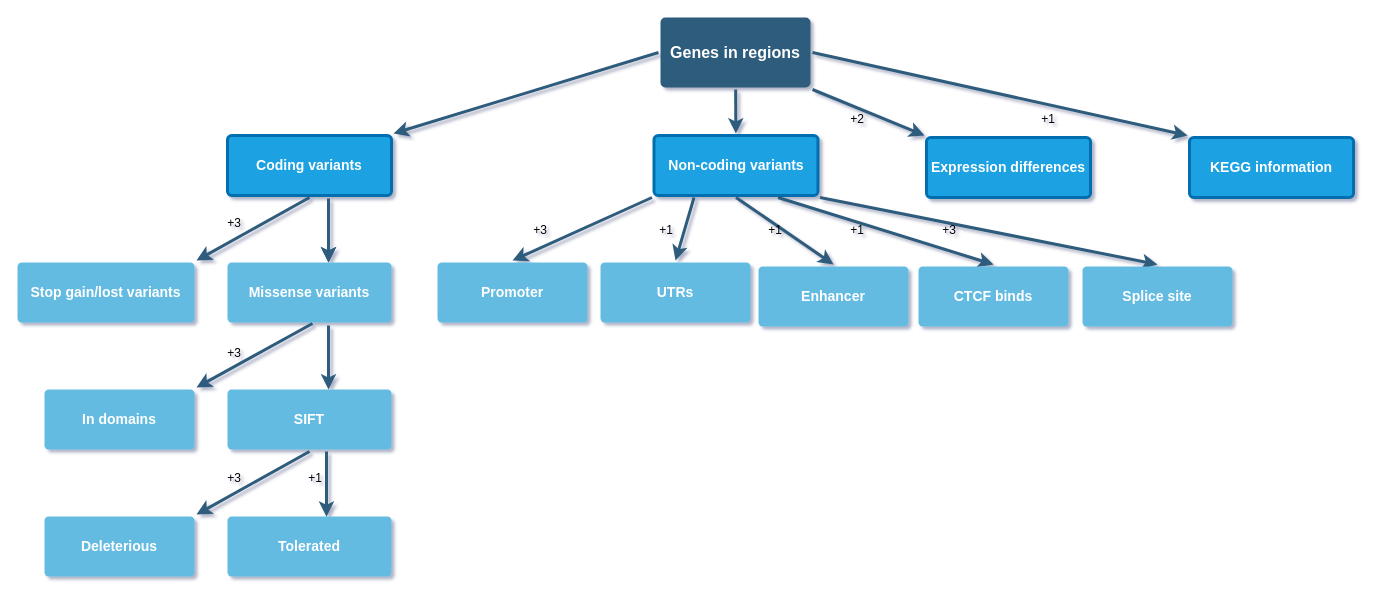
Above: CandidateGenes/Untitled Diagram.drawio in ManuelDelpero/AIL_BFMIS1xBFMIS2 (draw.io), before the change. Source tidied: cells renumbered, new cells numbered last; positions are measured from the earlier drawing's top-left corner, leaving out a move shared by most shapes. Both pictures are drawn from the tidied source at 100%, with x=0, y=0 at pixel (17, 17).
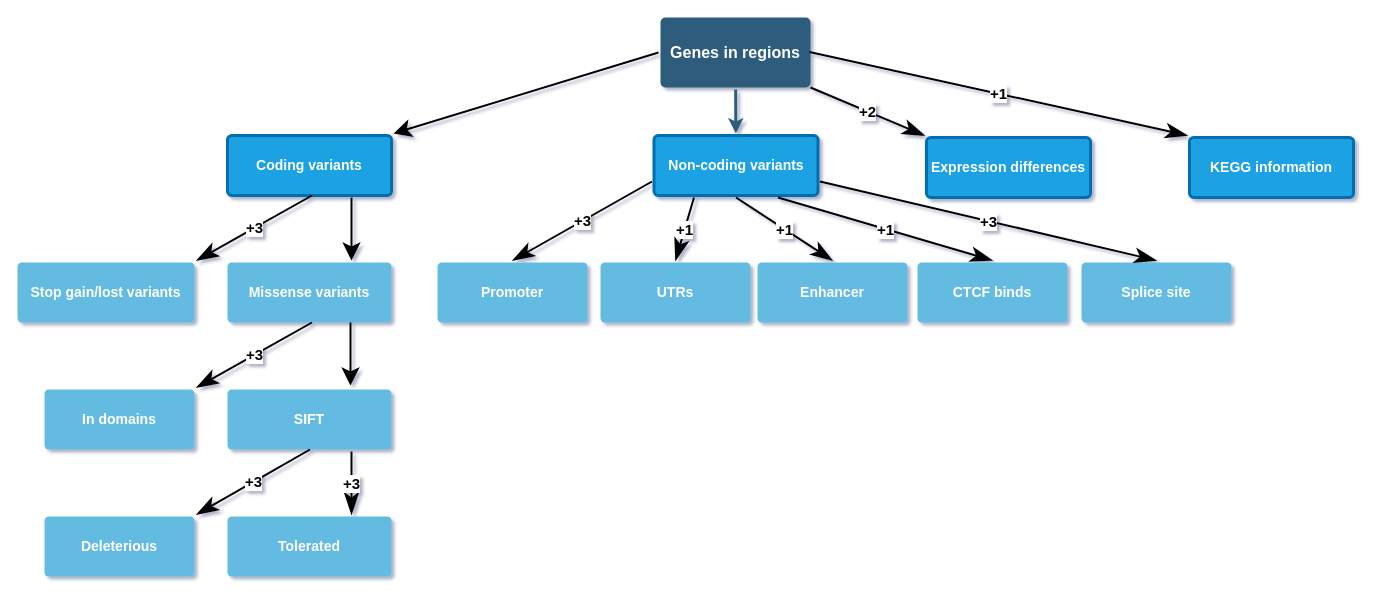
Above is the later version.

The change refers to these unchanged cells:
```xml
<mxCell id="4" value="Genes in regions" style="rounded=1;whiteSpace=wrap;html=1;shadow=0;labelBackgroundColor=none;strokeColor=none;strokeWidth=3;fillColor=#2F5B7C;fontFamily=Helvetica;fontSize=16;fontColor=#FFFFFF;align=center;fontStyle=1;spacing=5;arcSize=7;perimeterSpacing=2;" parent="1" vertex="1">
  <mxGeometry x="643" width="150" height="70" as="geometry" />
</mxCell>
<mxCell id="5" value="Coding variants" style="rounded=1;whiteSpace=wrap;html=1;shadow=0;labelBackgroundColor=none;strokeColor=#006EAF;strokeWidth=3;fillColor=#1ba1e2;fontFamily=Helvetica;fontSize=14;align=center;spacing=5;fontStyle=1;arcSize=7;perimeterSpacing=2;fontColor=#ffffff;" parent="1" vertex="1">
  <mxGeometry x="210" y="118" width="164" height="60" as="geometry" />
</mxCell>
<mxCell id="6" value="&lt;b&gt;In domains&lt;/b&gt;" style="rounded=1;whiteSpace=wrap;html=1;shadow=0;labelBackgroundColor=none;strokeColor=none;strokeWidth=3;fillColor=#64bbe2;fontFamily=Helvetica;fontSize=14;fontColor=#FFFFFF;align=center;spacing=5;arcSize=7;perimeterSpacing=2;" parent="1" vertex="1">
  <mxGeometry x="27" y="372" width="150" height="60" as="geometry" />
</mxCell>
<mxCell id="7" value="Non-coding variants" style="rounded=1;whiteSpace=wrap;html=1;shadow=0;labelBackgroundColor=none;strokeColor=#006EAF;strokeWidth=3;fillColor=#1ba1e2;fontFamily=Helvetica;fontSize=14;fontColor=#ffffff;align=center;spacing=5;fontStyle=1;arcSize=7;perimeterSpacing=2;" parent="1" vertex="1">
  <mxGeometry x="636.5" y="118" width="164" height="60" as="geometry" />
</mxCell>
<mxCell id="9" value="&lt;b&gt;Expression differences&lt;/b&gt;" style="rounded=1;whiteSpace=wrap;html=1;shadow=0;labelBackgroundColor=none;strokeColor=#006EAF;strokeWidth=3;fillColor=#1ba1e2;fontFamily=Helvetica;fontSize=14;fontColor=#ffffff;align=center;spacing=5;arcSize=7;perimeterSpacing=2;" parent="1" vertex="1">
  <mxGeometry x="909" y="120" width="164" height="60" as="geometry" />
</mxCell>
<mxCell id="11" value="&lt;b&gt;Promoter&lt;/b&gt;" style="rounded=1;whiteSpace=wrap;html=1;shadow=0;labelBackgroundColor=none;strokeColor=none;strokeWidth=3;fillColor=#64bbe2;fontFamily=Helvetica;fontSize=14;fontColor=#FFFFFF;align=center;spacing=5;arcSize=7;perimeterSpacing=2;" parent="1" vertex="1">
  <mxGeometry x="420" y="245" width="150" height="60" as="geometry" />
</mxCell>
<mxCell id="12" value="&lt;b&gt;KEGG information&lt;/b&gt;" style="rounded=1;whiteSpace=wrap;html=1;shadow=0;labelBackgroundColor=none;strokeColor=#006EAF;strokeWidth=3;fillColor=#1ba1e2;fontFamily=Helvetica;fontSize=14;fontColor=#ffffff;align=center;spacing=5;arcSize=7;perimeterSpacing=2;" parent="1" vertex="1">
  <mxGeometry x="1172" y="120" width="164" height="60" as="geometry" />
</mxCell>
<mxCell id="13" value="&lt;b&gt;UTRs&lt;/b&gt;" style="rounded=1;whiteSpace=wrap;html=1;shadow=0;labelBackgroundColor=none;strokeColor=none;strokeWidth=3;fillColor=#64bbe2;fontFamily=Helvetica;fontSize=14;fontColor=#FFFFFF;align=center;spacing=5;arcSize=7;perimeterSpacing=2;" parent="1" vertex="1">
  <mxGeometry x="583" y="245" width="150" height="60" as="geometry" />
</mxCell>
<mxCell id="14" value="&lt;b&gt;SIFT&lt;/b&gt;" style="rounded=1;whiteSpace=wrap;html=1;shadow=0;labelBackgroundColor=none;strokeColor=none;strokeWidth=3;fillColor=#64bbe2;fontFamily=Helvetica;fontSize=14;fontColor=#FFFFFF;align=center;spacing=5;arcSize=7;perimeterSpacing=2;" parent="1" vertex="1">
  <mxGeometry x="210" y="372" width="164" height="60" as="geometry" />
</mxCell>
<mxCell id="24" value="&lt;b&gt;Deleterious&lt;/b&gt;" style="rounded=1;whiteSpace=wrap;html=1;shadow=0;labelBackgroundColor=none;strokeColor=none;strokeWidth=3;fillColor=#64bbe2;fontFamily=Helvetica;fontSize=14;fontColor=#FFFFFF;align=center;spacing=5;arcSize=7;perimeterSpacing=2;" parent="1" vertex="1">
  <mxGeometry x="27" y="499" width="150" height="60" as="geometry" />
</mxCell>
<mxCell id="25" value="&lt;b&gt;Tolerated&lt;/b&gt;" style="rounded=1;whiteSpace=wrap;html=1;shadow=0;labelBackgroundColor=none;strokeColor=none;strokeWidth=3;fillColor=#64bbe2;fontFamily=Helvetica;fontSize=14;fontColor=#FFFFFF;align=center;spacing=5;arcSize=7;perimeterSpacing=2;" parent="1" vertex="1">
  <mxGeometry x="210" y="499" width="164" height="60" as="geometry" />
</mxCell>
<mxCell id="40" value="&lt;b&gt;Stop gain/lost variants&lt;/b&gt;" style="rounded=1;whiteSpace=wrap;html=1;shadow=0;labelBackgroundColor=none;strokeColor=none;strokeWidth=3;fillColor=#64bbe2;fontFamily=Helvetica;fontSize=14;fontColor=#FFFFFF;align=center;spacing=5;arcSize=7;perimeterSpacing=2;" parent="1" vertex="1">
  <mxGeometry y="245" width="177" height="60" as="geometry" />
</mxCell>
<mxCell id="41" value="&lt;b&gt;Missense variants&lt;/b&gt;" style="rounded=1;whiteSpace=wrap;html=1;shadow=0;labelBackgroundColor=none;strokeColor=none;strokeWidth=3;fillColor=#64bbe2;fontFamily=Helvetica;fontSize=14;fontColor=#FFFFFF;align=center;spacing=5;arcSize=7;perimeterSpacing=2;" parent="1" vertex="1">
  <mxGeometry x="210" y="245" width="164" height="60" as="geometry" />
</mxCell>
```

Diff of the diagram source:
```diff
@@
-    <mxCell id="3" style="edgeStyle=none;rounded=0;jumpStyle=none;html=1;shadow=0;labelBackgroundColor=none;startArrow=none;startFill=0;endArrow=classic;endFill=1;jettySize=auto;strokeColor=#2F5B7C;strokeWidth=3;fontFamily=Helvetica;fontSize=16;fontColor=#23445D;spacing=5;entryX=1;entryY=0;entryDx=0;entryDy=0;exitX=0;exitY=0.5;exitDx=0;exitDy=0;" parent="1" edge="1" source="4" target="5">
-      <mxGeometry relative="1" as="geometry" />
-    </mxCell>
@@
-    <mxCell id="8" style="edgeStyle=none;rounded=0;jumpStyle=none;html=1;shadow=0;labelBackgroundColor=none;startArrow=none;startFill=0;endArrow=classic;endFill=1;jettySize=auto;strokeColor=#2F5B7C;strokeWidth=3;fontFamily=Helvetica;fontSize=16;fontColor=#23445D;spacing=5;entryX=0;entryY=0;entryDx=0;entryDy=0;exitX=1;exitY=0.5;exitDx=0;exitDy=0;" parent="1" edge="1" source="4" target="12">
-      <mxGeometry relative="1" as="geometry" />
-    </mxCell>
@@
-    <mxCell id="10" style="edgeStyle=none;rounded=0;jumpStyle=none;html=1;shadow=0;labelBackgroundColor=none;startArrow=none;startFill=0;endArrow=classic;endFill=1;jettySize=auto;strokeColor=#2F5B7C;strokeWidth=3;fontFamily=Helvetica;fontSize=16;fontColor=#23445D;spacing=5;exitX=0.25;exitY=1;exitDx=0;exitDy=0;entryX=0.5;entryY=0;entryDx=0;entryDy=0;" parent="1" edge="1" source="7" target="13">
-      <mxGeometry relative="1" as="geometry" />
-    </mxCell>
@@
-    <mxCell id="15" style="edgeStyle=none;rounded=0;jumpStyle=none;html=1;shadow=0;labelBackgroundColor=none;startArrow=none;startFill=0;endArrow=classic;endFill=1;jettySize=auto;strokeColor=#2F5B7C;strokeWidth=3;fontFamily=Helvetica;fontSize=16;fontColor=#23445D;spacing=5;exitX=0;exitY=1;exitDx=0;exitDy=0;entryX=0.5;entryY=0;entryDx=0;entryDy=0;" parent="1" edge="1" source="7" target="11">
-      <mxGeometry relative="1" as="geometry" />
-    </mxCell>
-    <mxCell id="16" style="edgeStyle=none;rounded=0;jumpStyle=none;html=1;shadow=0;labelBackgroundColor=none;startArrow=none;startFill=0;endArrow=classic;endFill=1;jettySize=auto;strokeColor=#2F5B7C;strokeWidth=3;fontFamily=Helvetica;fontSize=16;fontColor=#23445D;spacing=5;entryX=0;entryY=0;entryDx=0;entryDy=0;exitX=1;exitY=1;exitDx=0;exitDy=0;" parent="1" edge="1" source="4" target="9">
-      <mxGeometry relative="1" as="geometry" />
-    </mxCell>
-    <mxCell id="17" style="edgeStyle=none;rounded=0;jumpStyle=none;html=1;shadow=0;labelBackgroundColor=none;startArrow=none;startFill=0;endArrow=classic;endFill=1;jettySize=auto;strokeColor=#2F5B7C;strokeWidth=3;fontFamily=Helvetica;fontSize=16;fontColor=#23445D;spacing=5;exitX=0.5;exitY=1;exitDx=0;exitDy=0;entryX=0.5;entryY=0;entryDx=0;entryDy=0;" parent="1" edge="1" source="7" target="18">
-      <mxGeometry relative="1" as="geometry" />
-    </mxCell>
     <mxCell id="18" value="&lt;b&gt;Enhancer&lt;/b&gt;" style="rounded=1;whiteSpace=wrap;html=1;shadow=0;labelBackgroundColor=none;strokeColor=none;strokeWidth=3;fillColor=#64bbe2;fontFamily=Helvetica;fontSize=14;fontColor=#FFFFFF;align=center;spacing=5;arcSize=7;perimeterSpacing=2;" parent="1" vertex="1">
-      <mxGeometry x="741" y="249" width="150" height="60" as="geometry" />
+      <mxGeometry x="740" y="245" width="150" height="60" as="geometry" />
     </mxCell>
-    <mxCell id="19" style="edgeStyle=none;rounded=0;jumpStyle=none;html=1;shadow=0;labelBackgroundColor=none;startArrow=none;startFill=0;endArrow=classic;endFill=1;jettySize=auto;strokeColor=#2F5B7C;strokeWidth=3;fontFamily=Helvetica;fontSize=16;fontColor=#23445D;spacing=5;exitX=0.75;exitY=1;exitDx=0;exitDy=0;entryX=0.5;entryY=0;entryDx=0;entryDy=0;" parent="1" edge="1" source="7" target="20">
-      <mxGeometry relative="1" as="geometry" />
-    </mxCell>
     <mxCell id="20" value="&lt;b&gt;CTCF binds&lt;/b&gt;" style="rounded=1;whiteSpace=wrap;html=1;shadow=0;labelBackgroundColor=none;strokeColor=none;strokeWidth=3;fillColor=#64bbe2;fontFamily=Helvetica;fontSize=14;fontColor=#FFFFFF;align=center;spacing=5;arcSize=7;perimeterSpacing=2;" parent="1" vertex="1">
-      <mxGeometry x="901" y="249" width="150" height="60" as="geometry" />
+      <mxGeometry x="900" y="245" width="150" height="60" as="geometry" />
     </mxCell>
-    <mxCell id="21" value="+3" style="text;html=1;strokeColor=none;fillColor=none;align=center;verticalAlign=middle;whiteSpace=wrap;rounded=0;" parent="1" vertex="1">
-      <mxGeometry x="197" y="184" width="40" height="44" as="geometry" />
-    </mxCell>
-    <mxCell id="22" style="edgeStyle=none;rounded=0;jumpStyle=none;html=1;shadow=0;labelBackgroundColor=none;startArrow=none;startFill=0;endArrow=classic;endFill=1;jettySize=auto;strokeColor=#2F5B7C;strokeWidth=3;fontFamily=Helvetica;fontSize=16;fontColor=#23445D;spacing=5;exitX=0.5;exitY=1;exitDx=0;exitDy=0;entryX=1;entryY=0;entryDx=0;entryDy=0;" parent="1" edge="1" source="5" target="40">
-      <mxGeometry relative="1" as="geometry" />
-    </mxCell>
-    <mxCell id="23" style="edgeStyle=none;rounded=0;jumpStyle=none;html=1;shadow=0;labelBackgroundColor=none;startArrow=none;startFill=0;endArrow=classic;endFill=1;jettySize=auto;orthogonalLoop=1;strokeColor=#2F5B7C;strokeWidth=3;fontFamily=Helvetica;fontSize=16;fontColor=#23445D;spacing=5;exitX=0.013;exitY=0.973;exitDx=0;exitDy=0;exitPerimeter=0;" parent="1" edge="1">
-      <mxGeometry relative="1" as="geometry">
-        <mxPoint x="311" y="198" as="sourcePoint" />
-        <mxPoint x="311" y="245" as="targetPoint" />
-      </mxGeometry>
-    </mxCell>
@@
-    <mxCell id="26" value="+3" style="text;html=1;strokeColor=none;fillColor=none;align=center;verticalAlign=middle;whiteSpace=wrap;rounded=0;" parent="1" vertex="1">
-      <mxGeometry x="197" y="451" width="40" height="20" as="geometry" />
-    </mxCell>
-    <mxCell id="27" style="edgeStyle=none;rounded=0;jumpStyle=none;html=1;shadow=0;labelBackgroundColor=none;startArrow=none;startFill=0;endArrow=classic;endFill=1;jettySize=auto;strokeColor=#2F5B7C;strokeWidth=3;fontFamily=Helvetica;fontSize=16;fontColor=#23445D;spacing=5;exitX=0.5;exitY=1;exitDx=0;exitDy=0;" parent="1" edge="1" source="14">
-      <mxGeometry relative="1" as="geometry">
-        <mxPoint x="179" y="497" as="targetPoint" />
-      </mxGeometry>
-    </mxCell>
-    <mxCell id="28" style="edgeStyle=none;rounded=0;jumpStyle=none;html=1;shadow=0;labelBackgroundColor=none;startArrow=none;startFill=0;endArrow=classic;endFill=1;jettySize=auto;strokeColor=#2F5B7C;strokeWidth=3;fontFamily=Helvetica;fontSize=16;fontColor=#23445D;spacing=5;entryX=0.601;entryY=0.034;entryDx=0;entryDy=0;entryPerimeter=0;" parent="1" edge="1" target="25">
-      <mxGeometry relative="1" as="geometry">
-        <mxPoint x="309" y="434" as="sourcePoint" />
-      </mxGeometry>
-    </mxCell>
-    <mxCell id="29" value="+1" style="text;html=1;strokeColor=none;fillColor=none;align=center;verticalAlign=middle;whiteSpace=wrap;rounded=0;" parent="1" vertex="1">
-      <mxGeometry x="278" y="451" width="40" height="20" as="geometry" />
-    </mxCell>
-    <mxCell id="30" value="+2" style="text;html=1;strokeColor=none;fillColor=none;align=center;verticalAlign=middle;whiteSpace=wrap;rounded=0;" parent="1" vertex="1">
-      <mxGeometry x="820" y="80" width="40" height="44" as="geometry" />
-    </mxCell>
-    <mxCell id="31" value="+1" style="text;html=1;strokeColor=none;fillColor=none;align=center;verticalAlign=middle;whiteSpace=wrap;rounded=0;" parent="1" vertex="1">
-      <mxGeometry x="1011" y="80" width="40" height="44" as="geometry" />
-    </mxCell>
-    <mxCell id="32" value="+3" style="text;html=1;strokeColor=none;fillColor=none;align=center;verticalAlign=middle;whiteSpace=wrap;rounded=0;" parent="1" vertex="1">
-      <mxGeometry x="503" y="191" width="40" height="44" as="geometry" />
-    </mxCell>
-    <mxCell id="33" value="+1" style="text;html=1;strokeColor=none;fillColor=none;align=center;verticalAlign=middle;whiteSpace=wrap;rounded=0;" parent="1" vertex="1">
-      <mxGeometry x="629" y="191" width="40" height="44" as="geometry" />
-    </mxCell>
-    <mxCell id="34" value="+1" style="text;html=1;strokeColor=none;fillColor=none;align=center;verticalAlign=middle;whiteSpace=wrap;rounded=0;" parent="1" vertex="1">
-      <mxGeometry x="738" y="191" width="40" height="44" as="geometry" />
-    </mxCell>
-    <mxCell id="35" value="+1" style="text;html=1;strokeColor=none;fillColor=none;align=center;verticalAlign=middle;whiteSpace=wrap;rounded=0;" parent="1" vertex="1">
-      <mxGeometry x="820" y="191" width="40" height="44" as="geometry" />
-    </mxCell>
-    <mxCell id="36" style="edgeStyle=none;rounded=0;jumpStyle=none;html=1;shadow=0;labelBackgroundColor=none;startArrow=none;startFill=0;endArrow=classic;endFill=1;jettySize=auto;orthogonalLoop=1;strokeColor=#2F5B7C;strokeWidth=3;fontFamily=Helvetica;fontSize=16;fontColor=#23445D;spacing=5;" parent="1" edge="1">
-      <mxGeometry relative="1" as="geometry">
-        <mxPoint x="311" y="181" as="sourcePoint" />
-        <mxPoint x="311" y="245" as="targetPoint" />
-      </mxGeometry>
-    </mxCell>
-    <mxCell id="37" style="edgeStyle=none;rounded=0;jumpStyle=none;html=1;shadow=0;labelBackgroundColor=none;startArrow=none;startFill=0;endArrow=classic;endFill=1;jettySize=auto;strokeColor=#2F5B7C;strokeWidth=3;fontFamily=Helvetica;fontSize=16;fontColor=#23445D;spacing=5;exitX=1;exitY=1;exitDx=0;exitDy=0;entryX=0.5;entryY=0;entryDx=0;entryDy=0;" parent="1" edge="1" source="7" target="38">
-      <mxGeometry relative="1" as="geometry" />
-    </mxCell>
     <mxCell id="38" value="&lt;span style=&quot;text-align: left&quot;&gt;&lt;b&gt;&lt;font style=&quot;font-size: 14px&quot;&gt;Splice site&lt;/font&gt;&lt;/b&gt;&lt;/span&gt;" style="rounded=1;whiteSpace=wrap;html=1;shadow=0;labelBackgroundColor=none;strokeColor=none;strokeWidth=3;fillColor=#64bbe2;fontFamily=Helvetica;fontSize=14;fontColor=#FFFFFF;align=center;spacing=5;arcSize=7;perimeterSpacing=2;" parent="1" vertex="1">
-      <mxGeometry x="1065" y="249" width="150" height="60" as="geometry" />
+      <mxGeometry x="1064" y="245" width="150" height="60" as="geometry" />
     </mxCell>
-    <mxCell id="39" value="+3" style="text;html=1;strokeColor=none;fillColor=none;align=center;verticalAlign=middle;whiteSpace=wrap;rounded=0;" parent="1" vertex="1">
-      <mxGeometry x="912" y="191" width="40" height="44" as="geometry" />
-    </mxCell>
@@
-    <mxCell id="42" style="edgeStyle=none;rounded=0;jumpStyle=none;html=1;shadow=0;labelBackgroundColor=none;startArrow=none;startFill=0;endArrow=classic;endFill=1;jettySize=auto;orthogonalLoop=1;strokeColor=#2F5B7C;strokeWidth=3;fontFamily=Helvetica;fontSize=16;fontColor=#23445D;spacing=5;" parent="1" edge="1">
-      <mxGeometry relative="1" as="geometry">
-        <mxPoint x="311" y="308" as="sourcePoint" />
-        <mxPoint x="311" y="372" as="targetPoint" />
-      </mxGeometry>
-    </mxCell>
-    <mxCell id="43" style="edgeStyle=none;rounded=0;jumpStyle=none;html=1;shadow=0;labelBackgroundColor=none;startArrow=none;startFill=0;endArrow=classic;endFill=1;jettySize=auto;strokeColor=#2F5B7C;strokeWidth=3;fontFamily=Helvetica;fontSize=16;fontColor=#23445D;spacing=5;entryX=1;entryY=0;entryDx=0;entryDy=0;" parent="1" edge="1" target="6">
-      <mxGeometry relative="1" as="geometry">
-        <mxPoint x="295" y="306" as="sourcePoint" />
-      </mxGeometry>
-    </mxCell>
-    <mxCell id="44" value="+3" style="text;html=1;strokeColor=none;fillColor=none;align=center;verticalAlign=middle;whiteSpace=wrap;rounded=0;" parent="1" vertex="1">
-      <mxGeometry x="197" y="314" width="40" height="44" as="geometry" />
-    </mxCell>
+    <mxCell id="45" value="&lt;b&gt;&lt;font style=&quot;font-size: 15px&quot;&gt;+1&lt;/font&gt;&lt;/b&gt;" style="endArrow=classicThin;endSize=16;endFill=1;html=1;entryX=0;entryY=0;entryDx=0;entryDy=0;curved=1;strokeWidth=2;" parent="1" edge="1" target="12">
+      <mxGeometry relative="1" as="geometry">
+        <mxPoint x="792" y="34.4" as="sourcePoint" />
+      </mxGeometry>
+    </mxCell>
+    <mxCell id="30" value="&lt;b&gt;&lt;font style=&quot;font-size: 15px&quot;&gt;+2&lt;/font&gt;&lt;/b&gt;" style="endArrow=classicThin;endSize=16;endFill=1;html=1;curved=1;strokeWidth=2;entryX=0;entryY=0;entryDx=0;entryDy=0;" parent="1" edge="1" target="9">
+      <mxGeometry relative="1" as="geometry">
+        <mxPoint x="793" y="70" as="sourcePoint" />
+      </mxGeometry>
+    </mxCell>
+    <mxCell id="15" value="&lt;b&gt;&lt;font style=&quot;font-size: 15px&quot;&gt;+3&lt;/font&gt;&lt;/b&gt;" style="endArrow=classicThin;endSize=16;endFill=1;html=1;curved=1;strokeWidth=2;entryX=0.5;entryY=0;entryDx=0;entryDy=0;exitX=0;exitY=0.75;exitDx=0;exitDy=0;" parent="1" edge="1" source="7" target="11">
+      <mxGeometry relative="1" as="geometry" />
+    </mxCell>
+    <mxCell id="10" value="&lt;b&gt;&lt;font style=&quot;font-size: 15px&quot;&gt;+1&lt;/font&gt;&lt;/b&gt;" style="endArrow=classicThin;endSize=16;endFill=1;html=1;curved=1;strokeWidth=2;entryX=0.5;entryY=0;entryDx=0;entryDy=0;exitX=0.25;exitY=1;exitDx=0;exitDy=0;" parent="1" edge="1" source="7" target="13">
+      <mxGeometry relative="1" as="geometry" />
+    </mxCell>
+    <mxCell id="17" value="&lt;b&gt;&lt;font style=&quot;font-size: 15px&quot;&gt;+1&lt;/font&gt;&lt;/b&gt;" style="endArrow=classicThin;endSize=16;endFill=1;html=1;curved=1;strokeWidth=2;entryX=0.5;entryY=0;entryDx=0;entryDy=0;exitX=0.5;exitY=1;exitDx=0;exitDy=0;" parent="1" edge="1" source="7" target="18">
+      <mxGeometry relative="1" as="geometry" />
+    </mxCell>
+    <mxCell id="19" value="&lt;b&gt;&lt;font style=&quot;font-size: 15px&quot;&gt;+1&lt;/font&gt;&lt;/b&gt;" style="endArrow=classicThin;endSize=16;endFill=1;html=1;curved=1;strokeWidth=2;entryX=0.5;entryY=0;entryDx=0;entryDy=0;exitX=0.75;exitY=1;exitDx=0;exitDy=0;" parent="1" edge="1" source="7" target="20">
+      <mxGeometry relative="1" as="geometry" />
+    </mxCell>
+    <mxCell id="37" value="&lt;b&gt;&lt;font style=&quot;font-size: 15px&quot;&gt;+3&lt;/font&gt;&lt;/b&gt;" style="endArrow=classicThin;endSize=16;endFill=1;html=1;curved=1;strokeWidth=2;entryX=0.5;entryY=0;entryDx=0;entryDy=0;exitX=1;exitY=0.75;exitDx=0;exitDy=0;" parent="1" edge="1" source="7" target="38">
+      <mxGeometry relative="1" as="geometry" />
+    </mxCell>
+    <mxCell id="46" value="&lt;b&gt;&lt;font style=&quot;font-size: 15px&quot;&gt;+3&lt;/font&gt;&lt;/b&gt;" style="endArrow=classicThin;endSize=16;endFill=1;html=1;curved=1;strokeWidth=2;entryX=1;entryY=0;entryDx=0;entryDy=0;" parent="1" edge="1" target="40">
+      <mxGeometry relative="1" as="geometry">
+        <mxPoint x="294.5" y="178" as="sourcePoint" />
+      </mxGeometry>
+    </mxCell>
+    <mxCell id="47" value="&lt;b&gt;&lt;font style=&quot;font-size: 15px&quot;&gt;+3&lt;/font&gt;&lt;/b&gt;" style="endArrow=classicThin;endSize=16;endFill=1;html=1;curved=1;strokeWidth=2;entryX=1;entryY=0;entryDx=0;entryDy=0;" parent="1" edge="1" target="6">
+      <mxGeometry relative="1" as="geometry">
+        <mxPoint x="294.5" y="305" as="sourcePoint" />
+      </mxGeometry>
+    </mxCell>
+    <mxCell id="48" value="&lt;b&gt;&lt;font style=&quot;font-size: 15px&quot;&gt;+3&lt;/font&gt;&lt;/b&gt;" style="endArrow=classicThin;endSize=16;endFill=1;html=1;curved=1;strokeWidth=2;entryX=1;entryY=0;entryDx=0;entryDy=0;" parent="1" edge="1" target="24">
+      <mxGeometry relative="1" as="geometry">
+        <mxPoint x="292.5" y="432" as="sourcePoint" />
+      </mxGeometry>
+    </mxCell>
+    <mxCell id="49" value="&lt;b&gt;&lt;font style=&quot;font-size: 15px&quot;&gt;+3&lt;/font&gt;&lt;/b&gt;" style="endArrow=classicThin;endSize=16;endFill=1;html=1;curved=1;strokeWidth=2;entryX=0.75;entryY=0;entryDx=0;entryDy=0;exitX=0.75;exitY=1;exitDx=0;exitDy=0;" parent="1" edge="1" source="14" target="25">
+      <mxGeometry relative="1" as="geometry" />
+    </mxCell>
+    <mxCell id="50" style="endArrow=classic;endFill=1;endSize=12;html=1;strokeWidth=2;entryX=0.75;entryY=0;entryDx=0;entryDy=0;exitX=0.75;exitY=1;exitDx=0;exitDy=0;" parent="1" edge="1" source="5" target="41">
+      <mxGeometry relative="1" as="geometry" />
+    </mxCell>
+    <mxCell id="51" style="endArrow=classic;endFill=1;endSize=12;html=1;strokeWidth=2;entryX=0.75;entryY=0;entryDx=0;entryDy=0;exitX=0.75;exitY=1;exitDx=0;exitDy=0;" parent="1" edge="1">
+      <mxGeometry relative="1" as="geometry">
+        <mxPoint x="333" y="305" as="sourcePoint" />
+        <mxPoint x="333" y="368" as="targetPoint" />
+      </mxGeometry>
+    </mxCell>
+    <mxCell id="3" style="endArrow=classic;endFill=1;endSize=12;html=1;strokeWidth=2;entryX=1;entryY=0;entryDx=0;entryDy=0;exitX=0;exitY=0.5;exitDx=0;exitDy=0;" parent="1" edge="1" source="4" target="5">
+      <mxGeometry relative="1" as="geometry" />
+    </mxCell>
```
